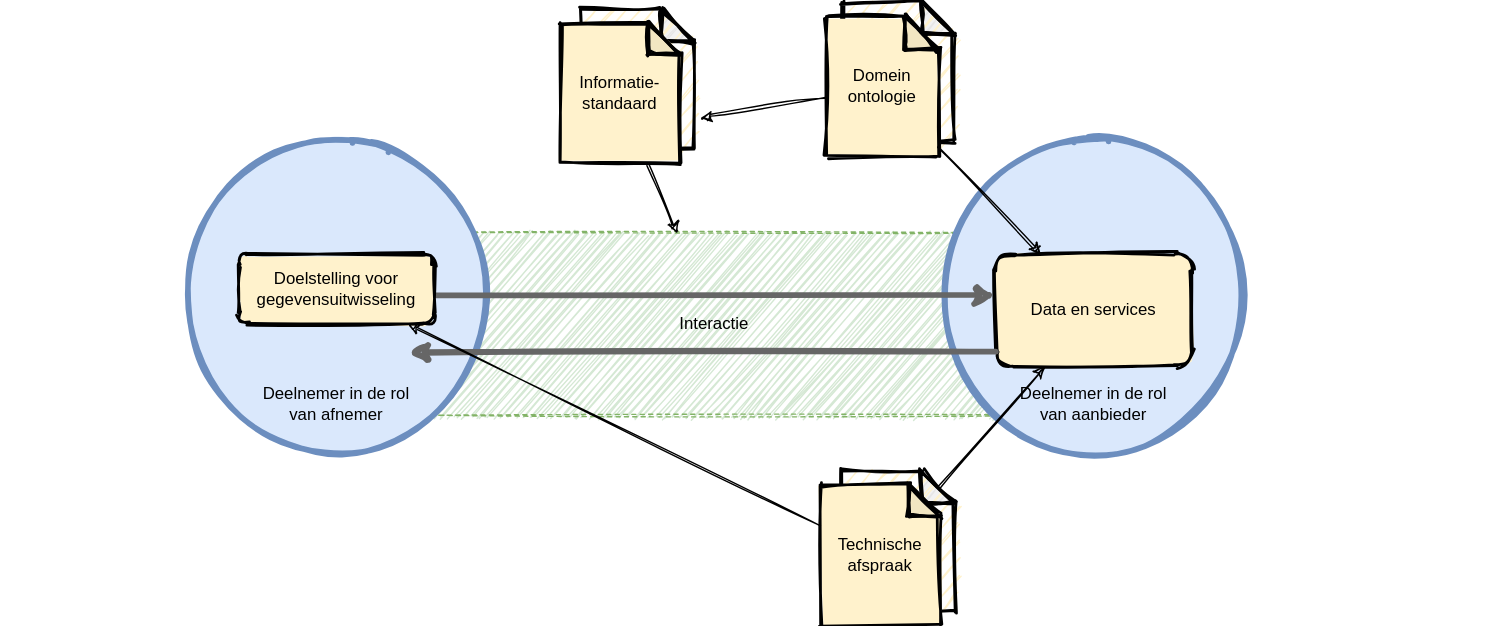
Before: .gitbook/assets/exchange.svg, a diagram exported from draw.io (dizra/docs). Source tidied: cells renumbered, new cells last; positions are measured from the earlier drawing's top-left corner, leaving out a move shared by most shapes.
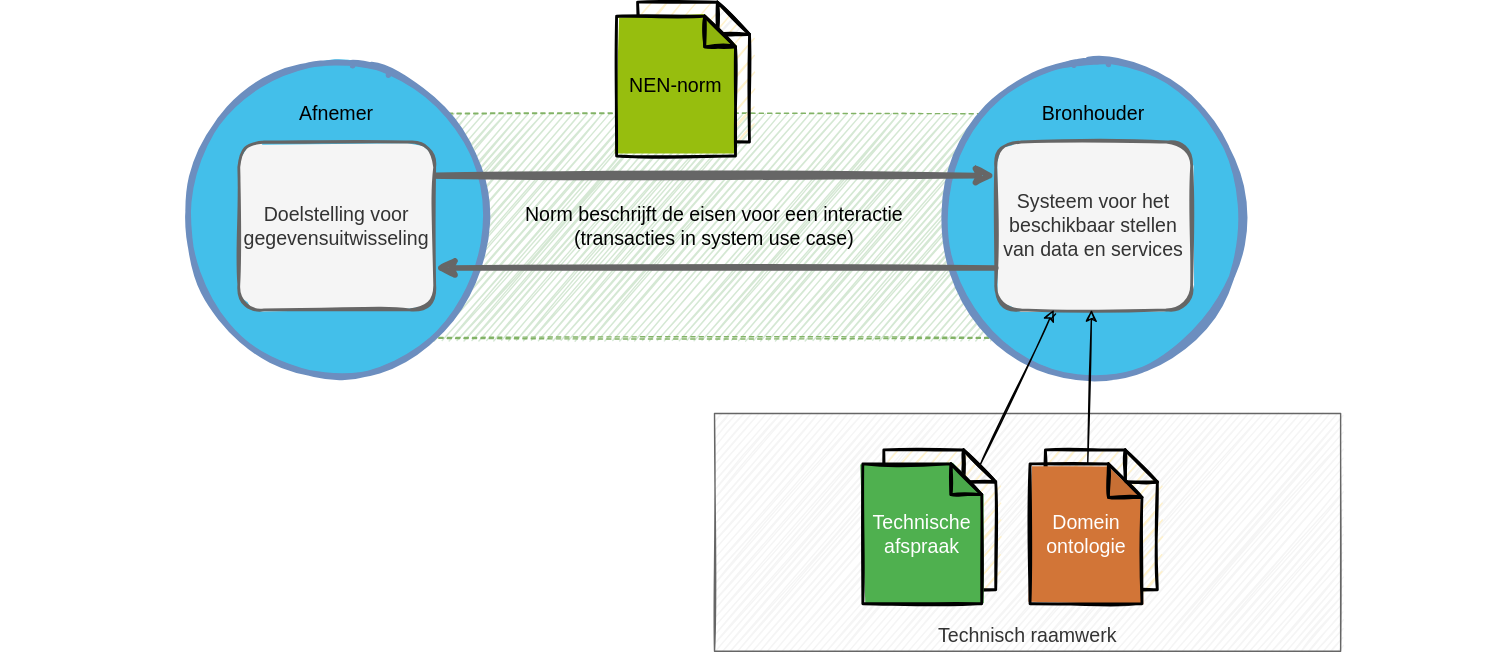
The same diagram one commit later.

Diff of the diagram source:
```diff
@@ -2,70 +2,59 @@
   <root>
     <mxCell id="0" />
     <mxCell id="1" parent="0" />
+    <mxCell id="21" value="Technisch raamwerk" style="rounded=0;whiteSpace=wrap;html=1;verticalAlign=bottom;fontSize=14;fillColor=#f5f5f5;strokeColor=#666666;fontColor=#333333;sketch=1;" parent="1" vertex="1">
+      <mxGeometry x="510" y="349" width="447.5" height="170" as="geometry" />
+    </mxCell>
-    <mxCell id="2" value="Interactie" style="rounded=0;whiteSpace=wrap;html=1;fillColor=#d5e8d4;strokeColor=#82b366;dashed=1;fontSize=12;sketch=1;" parent="1" vertex="1">
-      <mxGeometry x="260" y="165" width="500" height="130" as="geometry" />
+    <mxCell id="2" value="Norm beschrijft de eisen voor een interactie&lt;br&gt;(transacties in system use case)" style="rounded=0;whiteSpace=wrap;html=1;fillColor=#d5e8d4;strokeColor=#82b366;dashed=1;fontSize=14;sketch=1;" parent="1" vertex="1">
+      <mxGeometry x="260" y="135" width="500" height="160" as="geometry" />
     </mxCell>
-    <mxCell id="3" value="Deelnemer in de rol &lt;br&gt;van afnemer" style="ellipse;whiteSpace=wrap;html=1;fillColor=#dae8fc;strokeWidth=4;verticalAlign=bottom;spacingBottom=16;fontSize=12;sketch=1;strokeColor=#6c8ebf;fillStyle=solid;" parent="1" vertex="1">
+    <mxCell id="3" value="Afnemer" style="ellipse;whiteSpace=wrap;html=1;fillColor=#43BFEA;strokeWidth=4;verticalAlign=top;spacingBottom=0;fontSize=14;sketch=1;strokeColor=#6c8ebf;fillStyle=solid;spacingTop=20;" parent="1" vertex="1">
       <mxGeometry x="130" y="100" width="220" height="220" as="geometry" />
     </mxCell>
     <mxCell id="4" value="Stelsel-standaard" style="shape=note;whiteSpace=wrap;html=1;backgroundOutline=1;darkOpacity=0.05;strokeColor=#000000;strokeWidth=2;fillColor=#FFF2CC;fontSize=12;size=23;sketch=1;" parent="1" vertex="1">
-      <mxGeometry x="415" y="5" width="80" height="100" as="geometry" />
+      <mxGeometry x="455" y="55" width="80" height="100" as="geometry" />
     </mxCell>
-    <mxCell id="5" value="Informatie- standaard" style="shape=note;whiteSpace=wrap;html=1;backgroundOutline=1;darkOpacity=0.05;strokeColor=#000000;strokeWidth=2;fillColor=#FFF2CC;fontSize=12;size=22;sketch=1;fillStyle=solid;" parent="1" vertex="1">
-      <mxGeometry x="400" y="15" width="85" height="100" as="geometry" />
+    <mxCell id="5" value="NEN-norm" style="shape=note;whiteSpace=wrap;html=1;backgroundOutline=1;darkOpacity=0.05;strokeColor=#000000;strokeWidth=2;fillColor=#97BE0E;fontSize=14;size=22;sketch=1;fillStyle=solid;" parent="1" vertex="1">
+      <mxGeometry x="440" y="65" width="85" height="100" as="geometry" />
     </mxCell>
     <mxCell id="6" value="Domein ontologie" style="shape=note;whiteSpace=wrap;html=1;backgroundOutline=1;darkOpacity=0.05;strokeColor=#000000;strokeWidth=2;fillColor=#FFF2CC;fontSize=12;size=23;sketch=1;" parent="1" vertex="1">
-      <mxGeometry x="601" width="80" height="100" as="geometry" />
+      <mxGeometry x="746.5" y="375" width="80" height="100" as="geometry" />
     </mxCell>
-    <mxCell id="7" value="Deelnemer in de rol &lt;br&gt;van aanbieder" style="ellipse;whiteSpace=wrap;html=1;fillColor=#dae8fc;strokeWidth=4;verticalAlign=bottom;spacingBottom=16;fontSize=12;sketch=1;strokeColor=#6c8ebf;fillStyle=solid;" parent="1" vertex="1">
+    <mxCell id="7" value="Bronhouder" style="ellipse;whiteSpace=wrap;html=1;fillColor=#43BFEA;strokeWidth=4;verticalAlign=top;spacingBottom=0;fontSize=14;sketch=1;strokeColor=#6c8ebf;fillStyle=solid;spacingLeft=0;spacingTop=20;" parent="1" vertex="1">
       <mxGeometry x="671" y="100" width="220" height="220" as="geometry" />
     </mxCell>
-    <mxCell id="8" value="Domein ontologie" style="shape=note;whiteSpace=wrap;html=1;backgroundOutline=1;darkOpacity=0.05;strokeColor=#000000;strokeWidth=2;fillColor=#FFF2CC;fontSize=12;size=24;sketch=1;fillStyle=solid;" parent="1" vertex="1">
-      <mxGeometry x="590" y="10" width="80" height="100" as="geometry" />
+    <mxCell id="8" value="Domein ontologie" style="shape=note;whiteSpace=wrap;html=1;backgroundOutline=1;darkOpacity=0.05;strokeColor=#000000;strokeWidth=2;fillColor=#D27537;fontSize=14;size=24;sketch=1;fillStyle=solid;fontColor=#FFFFFF;" parent="1" vertex="1">
+      <mxGeometry x="735.5" y="385" width="80" height="100" as="geometry" />
     </mxCell>
-    <mxCell id="9" style="endArrow=classic;html=1;strokeWidth=1;fontSize=12;sketch=1;" parent="1" edge="1" source="5" target="2">
-      <mxGeometry relative="1" as="geometry" />
-    </mxCell>
-    <mxCell id="10" value="Data en services" style="rounded=1;whiteSpace=wrap;html=1;strokeColor=#000000;strokeWidth=2;fontSize=12;fillColor=#FFF2CC;sketch=1;fillStyle=solid;" parent="1" vertex="1">
-      <mxGeometry x="711" y="180" width="140" height="80" as="geometry" />
+    <mxCell id="10" value="Systeem voor het beschikbaar stellen van data en services" style="rounded=1;whiteSpace=wrap;html=1;strokeWidth=2;fontSize=14;sketch=1;fillStyle=solid;fillColor=#f5f5f5;strokeColor=#666666;fontColor=#333333;" parent="1" vertex="1">
+      <mxGeometry x="711" y="155" width="140" height="120" as="geometry" />
     </mxCell>
     <mxCell id="11" style="endArrow=classic;html=1;strokeWidth=4;fontSize=12;strokeColor=#666666;sketch=1;" parent="1" edge="1">
       <mxGeometry relative="1" as="geometry">
-        <mxPoint x="300.5" y="209.5" as="sourcePoint" />
-        <mxPoint x="711" y="209.5" as="targetPoint" />
+        <mxPoint x="300.5" y="179" as="sourcePoint" />
+        <mxPoint x="711" y="179" as="targetPoint" />
       </mxGeometry>
     </mxCell>
-    <mxCell id="12" style="endArrow=classic;html=1;strokeWidth=4;fontSize=12;strokeColor=#666666;sketch=1;" parent="1" edge="1">
-      <mxGeometry relative="1" as="geometry">
-        <mxPoint x="711" y="250" as="sourcePoint" />
-        <mxPoint x="291" y="250" as="targetPoint" />
-      </mxGeometry>
+    <mxCell id="12" style="endArrow=classic;html=1;strokeWidth=4;fontSize=12;strokeColor=#666666;sketch=1;entryX=1;entryY=0.75;entryDx=0;entryDy=0;exitX=0;exitY=0.75;exitDx=0;exitDy=0;" parent="1" edge="1" source="10" target="14">
+      <mxGeometry relative="1" as="geometry" />
     </mxCell>
     <mxCell id="13" style="endArrow=classic;html=1;strokeWidth=1;fontSize=12;sketch=1;" parent="1" edge="1" source="8" target="10">
       <mxGeometry relative="1" as="geometry" />
     </mxCell>
-    <mxCell id="14" value="Doelstelling voor gegevensuitwisseling" style="rounded=1;whiteSpace=wrap;html=1;strokeColor=#000000;strokeWidth=2;fontSize=12;fillColor=#FFF2CC;sketch=1;fillStyle=solid;" parent="1" vertex="1">
-      <mxGeometry x="170" y="180" width="140" height="50" as="geometry" />
+    <mxCell id="14" value="Doelstelling voor gegevensuitwisseling" style="rounded=1;whiteSpace=wrap;html=1;strokeWidth=2;fontSize=14;sketch=1;fillStyle=solid;fillColor=#f5f5f5;strokeColor=#666666;fontColor=#333333;" parent="1" vertex="1">
+      <mxGeometry x="170" y="155" width="140" height="120" as="geometry" />
     </mxCell>
     <mxCell id="15" style="rounded=0;whiteSpace=wrap;html=1;fillColor=none;strokeColor=none;" parent="1" vertex="1">
-      <mxGeometry y="225" width="1060" height="60" as="geometry" />
+      <mxGeometry y="285" width="1060" height="60" as="geometry" />
     </mxCell>
-    <mxCell id="16" style="endArrow=classic;html=1;strokeWidth=1;fontSize=12;sketch=1;" parent="1" edge="1" source="8">
-      <mxGeometry relative="1" as="geometry">
-        <mxPoint x="500" y="83" as="targetPoint" />
-      </mxGeometry>
-    </mxCell>
     <mxCell id="17" value="Stelsel-standaard" style="shape=note;whiteSpace=wrap;html=1;backgroundOutline=1;darkOpacity=0.05;strokeColor=#000000;strokeWidth=2;fillColor=#FFF2CC;fontSize=12;size=23;sketch=1;" parent="1" vertex="1">
-      <mxGeometry x="601" y="335" width="80" height="100" as="geometry" />
+      <mxGeometry x="631" y="375" width="80" height="100" as="geometry" />
     </mxCell>
-    <mxCell id="18" value="Technische afspraak" style="shape=note;whiteSpace=wrap;html=1;backgroundOutline=1;darkOpacity=0.05;strokeColor=#000000;strokeWidth=2;fillColor=#FFF2CC;fontSize=12;size=22;sketch=1;fillStyle=solid;" parent="1" vertex="1">
-      <mxGeometry x="586" y="345" width="85" height="100" as="geometry" />
+    <mxCell id="18" value="Technische afspraak" style="shape=note;whiteSpace=wrap;html=1;backgroundOutline=1;darkOpacity=0.05;strokeColor=#000000;strokeWidth=2;fillColor=#4FB04F;fontSize=14;size=22;sketch=1;fillStyle=solid;fontColor=#FFFFFF;" parent="1" vertex="1">
+      <mxGeometry x="616" y="385" width="85" height="100" as="geometry" />
     </mxCell>
     <mxCell id="19" style="endArrow=classic;html=1;strokeWidth=1;fontSize=12;sketch=1;exitX=0;exitY=0;exitDx=68.5;exitDy=11.5;exitPerimeter=0;" parent="1" edge="1" source="17" target="10">
       <mxGeometry relative="1" as="geometry" />
     </mxCell>
-    <mxCell id="20" style="endArrow=classic;html=1;strokeWidth=1;fontSize=12;sketch=1;" parent="1" edge="1" source="18" target="14">
-      <mxGeometry relative="1" as="geometry" />
-    </mxCell>
   </root>
 </mxGraphModel>
```
